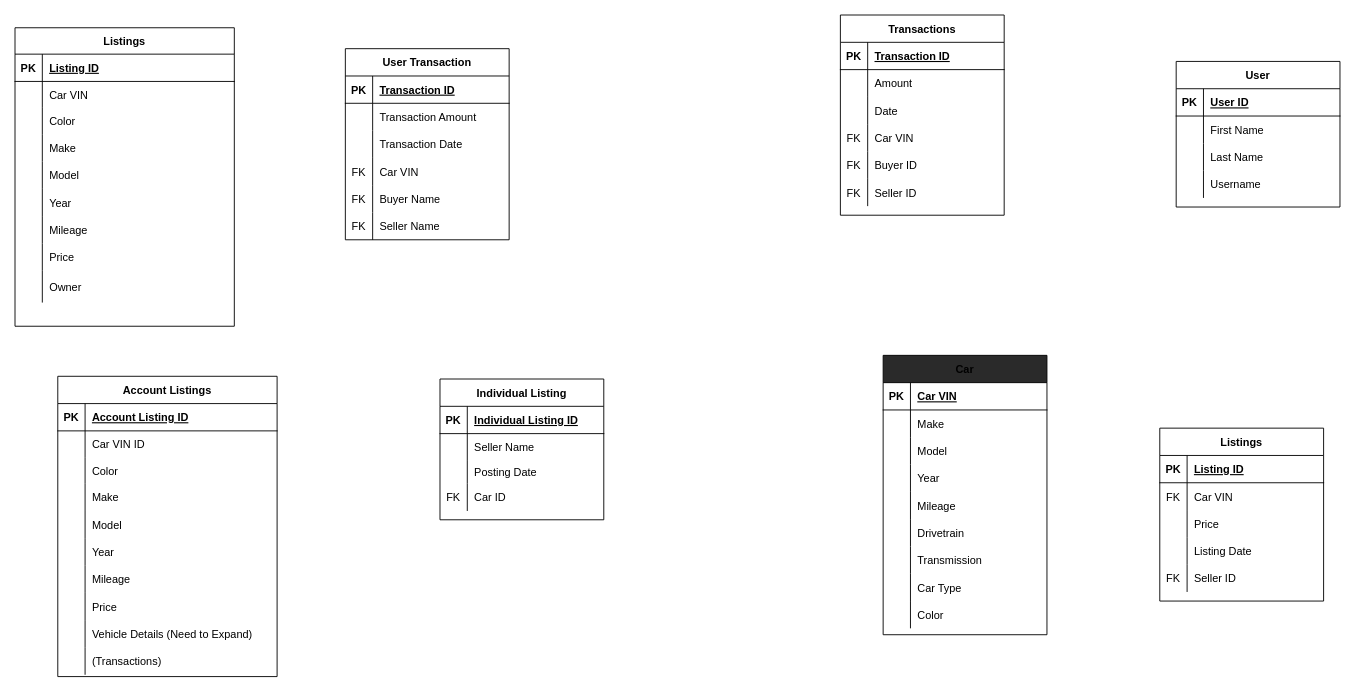
Above: page "1NF" (2 of 4) of Diagrams/erd.drawio in Electrex/cs157a-project (draw.io), before the change. Source tidied: cells renumbered, new cells numbered last; positions are measured from the earlier drawing's top-left corner, leaving out a move shared by most shapes. Both pictures are drawn from the tidied source at 91%, with x=0, y=0 at pixel (15, 15).
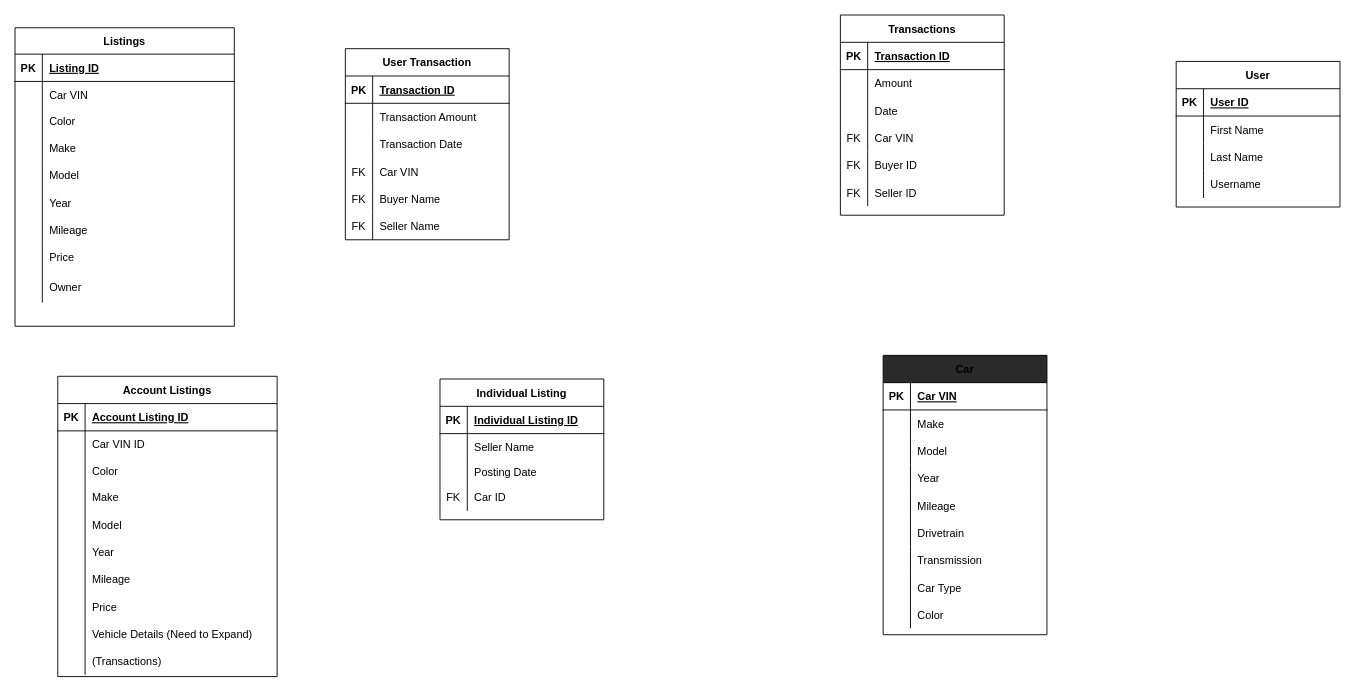
The same page after the edit.

The edit, as a diff of the source:
```diff
@@
-    <mxCell id="153" value="Listings" style="shape=table;startSize=30;childLayout=tableLayout;rowLines=0;fontStyle=1;align=center;" parent="1" vertex="1">
-      <mxGeometry x="1258" y="454" width="180" height="190" as="geometry" />
-    </mxCell>
-    <mxCell id="154" style="shape=partialRectangle;fillColor=none;top=0;left=0;bottom=1;right=0;" parent="153" vertex="1">
-      <mxGeometry y="30" width="180" height="30" as="geometry" />
-    </mxCell>
-    <mxCell id="155" value="PK" style="shape=partialRectangle;fillColor=none;top=0;left=0;bottom=0;right=0;fontStyle=1;overflow=hidden;" parent="154" vertex="1">
-      <mxGeometry width="30" height="30" as="geometry" />
-    </mxCell>
-    <mxCell id="156" value="Listing ID" style="shape=partialRectangle;fillColor=none;top=0;left=0;bottom=0;right=0;align=left;spacingLeft=6;fontStyle=5;overflow=hidden;" parent="154" vertex="1">
-      <mxGeometry x="30" width="150" height="30" as="geometry" />
-    </mxCell>
-    <mxCell id="157" style="shape=partialRectangle;fillColor=none;top=0;left=0;bottom=0;right=0;" parent="153" vertex="1">
-      <mxGeometry y="60" width="180" height="30" as="geometry" />
-    </mxCell>
-    <mxCell id="158" value="FK" style="shape=partialRectangle;fillColor=none;top=0;left=0;bottom=0;right=0;overflow=hidden;" parent="157" vertex="1">
-      <mxGeometry width="30" height="30" as="geometry" />
-    </mxCell>
-    <mxCell id="159" value="Car VIN" style="shape=partialRectangle;fillColor=none;top=0;left=0;bottom=0;right=0;align=left;spacingLeft=6;overflow=hidden;" parent="157" vertex="1">
-      <mxGeometry x="30" width="150" height="30" as="geometry" />
-    </mxCell>
-    <mxCell id="160" style="shape=partialRectangle;fillColor=none;top=0;left=0;bottom=0;right=0;" parent="153" vertex="1">
-      <mxGeometry y="90" width="180" height="30" as="geometry" />
-    </mxCell>
-    <mxCell id="161" style="shape=partialRectangle;fillColor=none;top=0;left=0;bottom=0;right=0;overflow=hidden;" parent="160" vertex="1">
-      <mxGeometry width="30" height="30" as="geometry" />
-    </mxCell>
-    <mxCell id="162" value="Price" style="shape=partialRectangle;fillColor=none;top=0;left=0;bottom=0;right=0;align=left;spacingLeft=6;overflow=hidden;" parent="160" vertex="1">
-      <mxGeometry x="30" width="150" height="30" as="geometry" />
-    </mxCell>
-    <mxCell id="163" style="shape=partialRectangle;fillColor=none;top=0;left=0;bottom=0;right=0;" parent="153" vertex="1">
-      <mxGeometry y="120" width="180" height="30" as="geometry" />
-    </mxCell>
-    <mxCell id="164" style="shape=partialRectangle;fillColor=none;top=0;left=0;bottom=0;right=0;overflow=hidden;" parent="163" vertex="1">
-      <mxGeometry width="30" height="30" as="geometry" />
-    </mxCell>
-    <mxCell id="165" value="Listing Date" style="shape=partialRectangle;fillColor=none;top=0;left=0;bottom=0;right=0;align=left;spacingLeft=6;overflow=hidden;" parent="163" vertex="1">
-      <mxGeometry x="30" width="150" height="30" as="geometry" />
-    </mxCell>
-    <mxCell id="166" style="shape=partialRectangle;fillColor=none;top=0;left=0;bottom=0;right=0;" parent="153" vertex="1">
-      <mxGeometry y="150" width="180" height="30" as="geometry" />
-    </mxCell>
-    <mxCell id="167" value="FK" style="shape=partialRectangle;fillColor=none;top=0;left=0;bottom=0;right=0;overflow=hidden;" parent="166" vertex="1">
-      <mxGeometry width="30" height="30" as="geometry" />
-    </mxCell>
-    <mxCell id="168" value="Seller ID" style="shape=partialRectangle;fillColor=none;top=0;left=0;bottom=0;right=0;align=left;spacingLeft=6;overflow=hidden;" parent="166" vertex="1">
-      <mxGeometry x="30" width="150" height="30" as="geometry" />
-    </mxCell>
```
